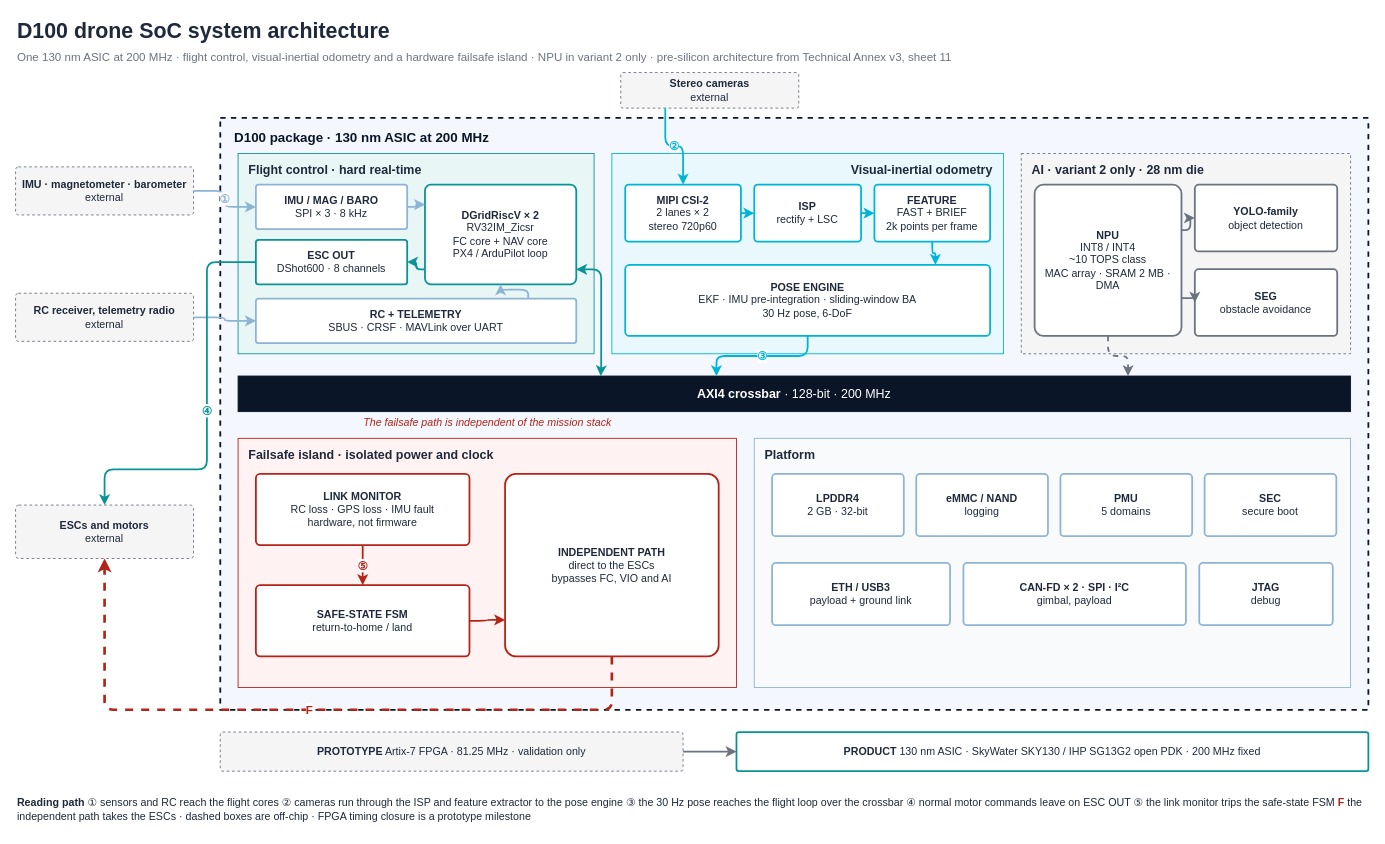
Earlier version of the draw.io diagram public/downloads/d100-architecture.drawio (shekerkamma/deepgrid-dr-silicon-v10). Source tidied: cells renumbered, new cells numbered last; positions are measured from the earlier drawing's top-left corner, leaving out a move shared by most shapes. Both pictures are drawn from the tidied source at 89%, with x=0, y=0 at pixel (15, 15).
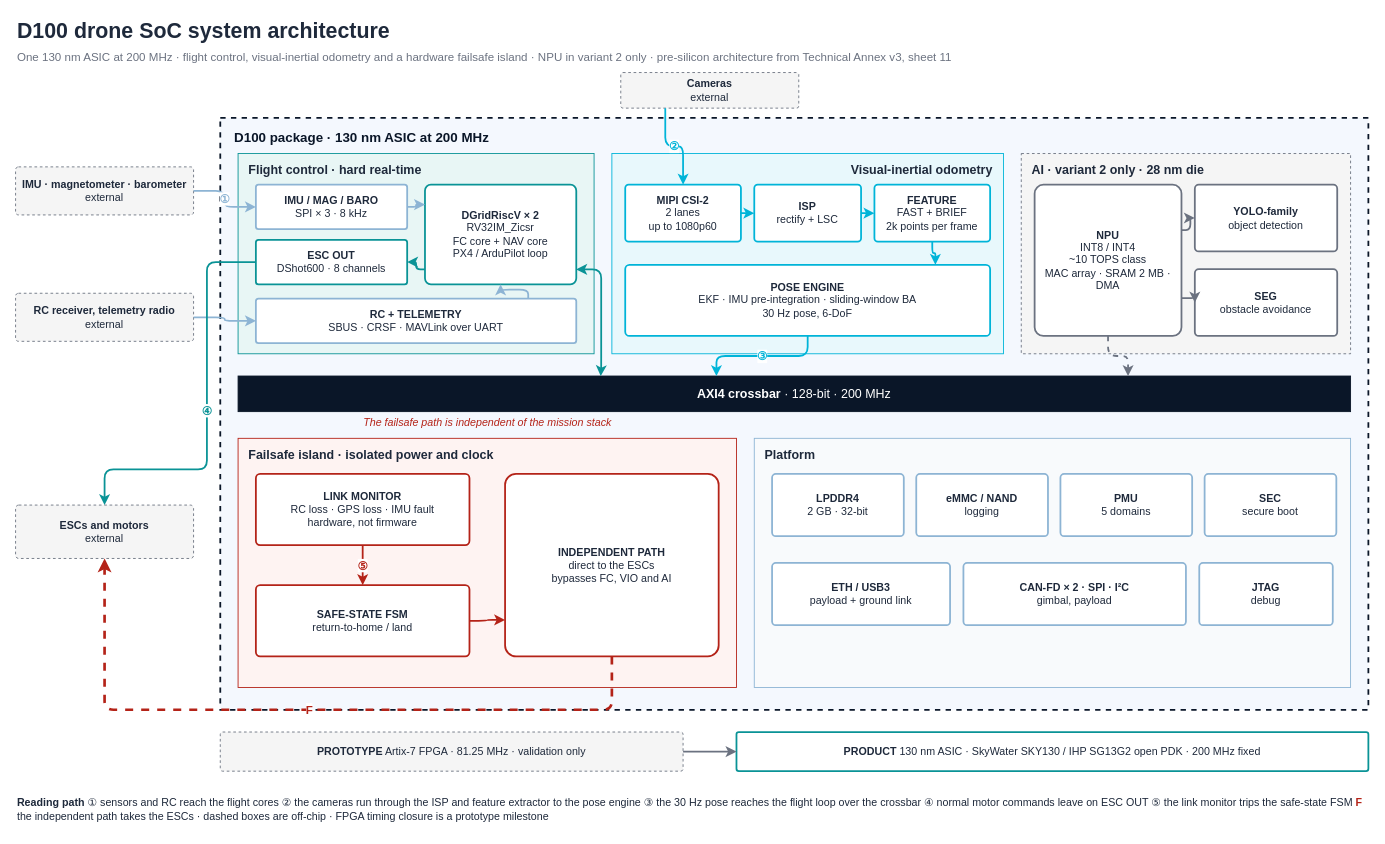
The same page after the edit.

Change to the diagram source:
```diff
@@
-    <mxCell id="5" value="&lt;b&gt;Stereo cameras&lt;/b&gt;&lt;br&gt;external" style="rounded=1;whiteSpace=wrap;html=1;fillColor=#F5F5F5;strokeColor=#6B7280;dashed=1;fontSize=12;fontColor=#1E293B;arcSize=6;" parent="1" vertex="1">
+    <mxCell id="5" value="&lt;b&gt;Cameras&lt;/b&gt;&lt;br&gt;external" style="rounded=1;whiteSpace=wrap;html=1;fillColor=#F5F5F5;strokeColor=#6B7280;dashed=1;fontSize=12;fontColor=#1E293B;arcSize=6;" parent="1" vertex="1">
       <mxGeometry x="680" y="64" width="200" height="40" as="geometry" />
     </mxCell>
@@
-    <mxCell id="15" value="&lt;b&gt;MIPI CSI-2&lt;/b&gt;&lt;br&gt;2 lanes × 2&lt;br&gt;stereo 720p60" style="rounded=1;whiteSpace=wrap;html=1;fillColor=#FFFFFF;strokeColor=#00B4D8;strokeWidth=2;fontSize=12;fontColor=#1E293B;arcSize=6;" parent="1" vertex="1">
+    <mxCell id="15" value="&lt;b&gt;MIPI CSI-2&lt;/b&gt;&lt;br&gt;2 lanes&lt;br&gt;up to 1080p60" style="rounded=1;whiteSpace=wrap;html=1;fillColor=#FFFFFF;strokeColor=#00B4D8;strokeWidth=2;fontSize=12;fontColor=#1E293B;arcSize=6;" parent="1" vertex="1">
       <mxGeometry x="685" y="190" width="130" height="64" as="geometry" />
     </mxCell>
@@
-    <mxCell id="40" value="&lt;b&gt;Reading path&lt;/b&gt;   ① sensors and RC reach the flight cores   ② cameras run through the ISP and feature extractor to the pose engine   ③ the 30 Hz pose reaches the flight loop over the crossbar   ④ normal motor commands leave on ESC OUT   ⑤ the link monitor trips the safe-state FSM   &lt;font color='#B42318'&gt;&lt;b&gt;F&lt;/b&gt;&lt;/font&gt; the independent path takes the ESCs   ·   dashed boxes are off-chip   ·   FPGA timing closure is a prototype milestone" style="text;html=1;align=left;verticalAlign=middle;whiteSpace=wrap;fontSize=12;fontColor=#1E293B;" parent="1" vertex="1">
+    <mxCell id="40" value="&lt;b&gt;Reading path&lt;/b&gt;   ① sensors and RC reach the flight cores   ② the cameras run through the ISP and feature extractor to the pose engine   ③ the 30 Hz pose reaches the flight loop over the crossbar   ④ normal motor commands leave on ESC OUT   ⑤ the link monitor trips the safe-state FSM   &lt;font color='#B42318'&gt;&lt;b&gt;F&lt;/b&gt;&lt;/font&gt; the independent path takes the ESCs   ·   dashed boxes are off-chip   ·   FPGA timing closure is a prototype milestone" style="text;html=1;align=left;verticalAlign=middle;whiteSpace=wrap;fontSize=12;fontColor=#1E293B;" parent="1" vertex="1">
       <mxGeometry y="870" width="1520" height="44" as="geometry" />
     </mxCell>
```
